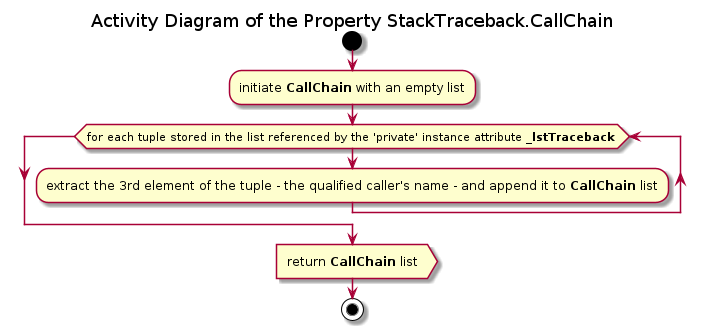
This is Documentation/UML/traceback/traceback_stacktraceback_callchain.png from FooBarShebang/introspection_lib, a PlantUML export, as it was before one commit.
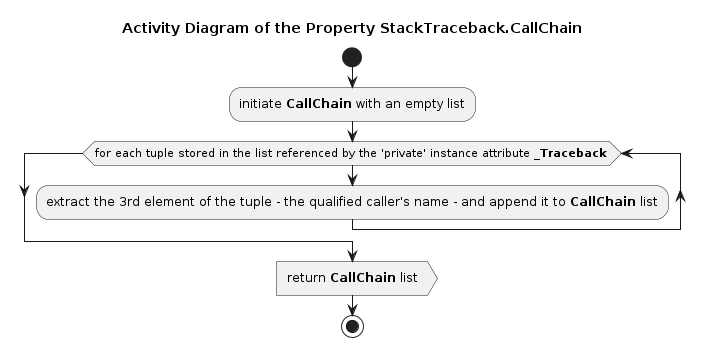
The same diagram one commit later.

What changed in the source:
```diff
@@ -6,7 +6,7 @@
 
 :initiate <b>CallChain</b> with an empty list;
 
-while (for each tuple stored in the list referenced by the 'private' instance attribute <b>_lstTraceback</b> )
+while (for each tuple stored in the list referenced by the 'private' instance attribute <b>_Traceback</b> )
     :extract the 3rd element of the tuple - the qualified caller's name - and append it to <b>CallChain</b> list;
 end while
 
```
